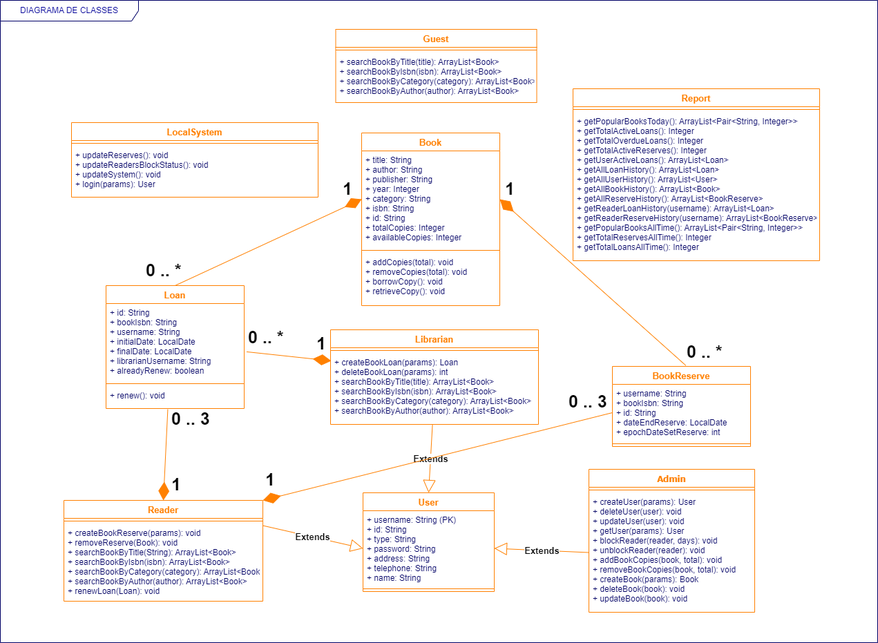
Above: docs/diagrams/class_diagram.png in mendes658/biblioteca_java (draw.io), before the change. Source tidied: cells renumbered, new cells last; positions are measured from the earlier drawing's top-left corner, leaving out a move shared by most shapes.
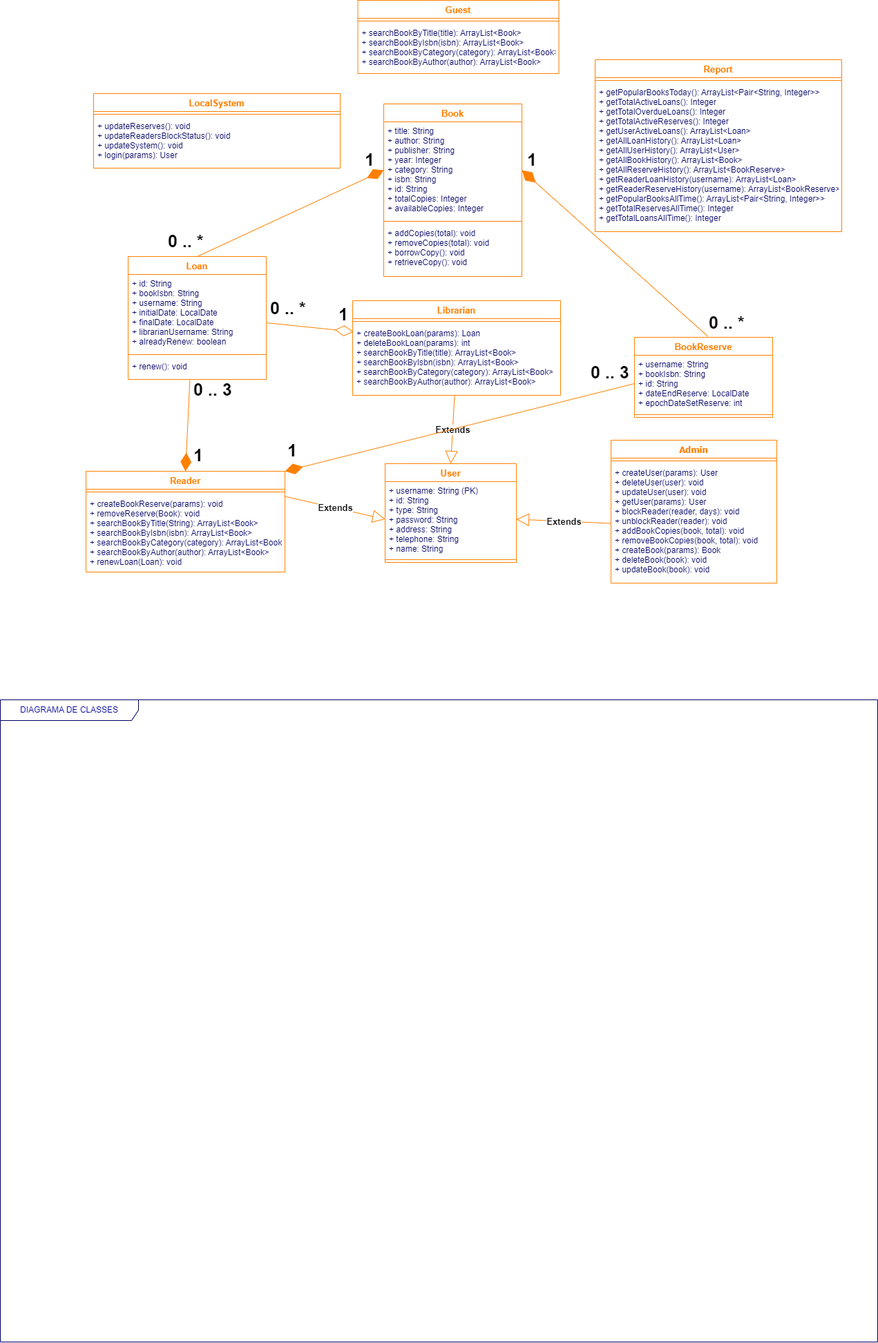
Later version of the same file.

Commit message:
fix: deleting bookReserves in deleteUser only if User is Reader

Change to the diagram source:
```diff
@@ -137,7 +137,7 @@
     <mxCell id="46" value="1" style="text;html=1;align=left;verticalAlign=top;spacingTop=-4;fontSize=25;fontColor=#000000;fillColor=none;fontStyle=1;" parent="1" vertex="1">
       <mxGeometry x="494" y="255" width="32" height="36" as="geometry" />
     </mxCell>
-    <mxCell id="47" style="endArrow=diamondThin;endFill=1;endSize=24;html=1;strokeColor=#FF8000;fontSize=13;fontColor=#000066;exitX=1.018;exitY=0.624;entryX=0;entryY=0.5;exitDx=0;exitDy=0;entryDx=0;entryDy=0;fillColor=#ffe6cc;exitPerimeter=0;" parent="1" edge="1" source="17">
+    <mxCell id="47" style="endArrow=diamondThin;endFill=0;endSize=24;html=1;strokeColor=#FF8000;fontSize=13;fontColor=#000066;exitX=1.006;exitY=0.626;entryX=0;entryY=0.5;exitDx=0;exitDy=0;entryDx=0;entryDy=0;fillColor=#ffe6cc;exitPerimeter=0;" parent="1" edge="1" source="17">
       <mxGeometry relative="1" as="geometry">
         <mxPoint x="479" y="522" as="targetPoint" />
       </mxGeometry>
@@ -158,7 +158,7 @@
       <mxGeometry x="821" y="563" width="74" height="36" as="geometry" />
     </mxCell>
     <mxCell id="53" value="DIAGRAMA DE CLASSES" style="shape=umlFrame;whiteSpace=wrap;html=1;strokeWidth=1;fillColor=none;width=200;height=30;fontColor=#000099;strokeColor=#000066;" parent="1" vertex="1">
-      <mxGeometry width="1270" height="930" as="geometry" />
+      <mxGeometry x="-32" y="1055" width="1270" height="930" as="geometry" />
     </mxCell>
   </root>
 </mxGraphModel>
```
